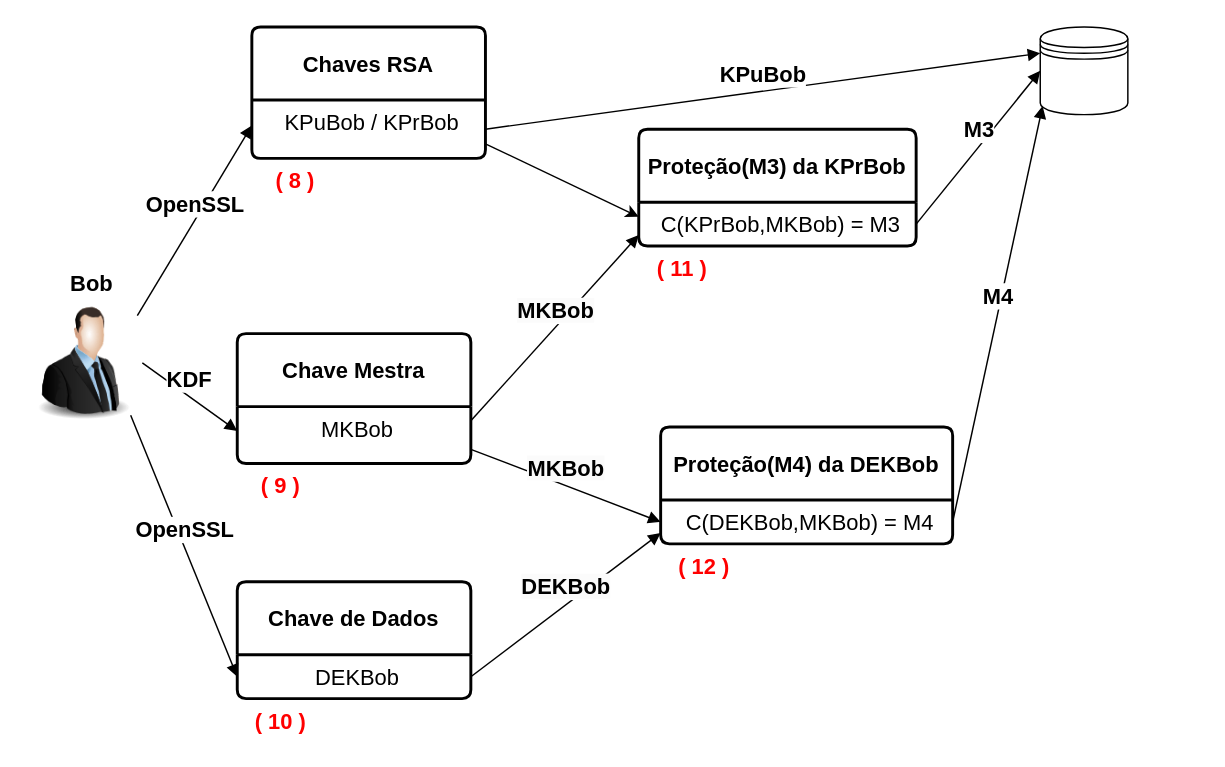
abreuferr/criptografia keeps this draw.io diagram as custodia/img/chave_bob.drawio. Above is the earlier version. Source tidied: cells renumbered, new cells numbered last; positions are measured from the earlier drawing's top-left corner, leaving out a move shared by most shapes. Both pictures are drawn from the tidied source at 146%, with x=0, y=0 at pixel (25, 26).
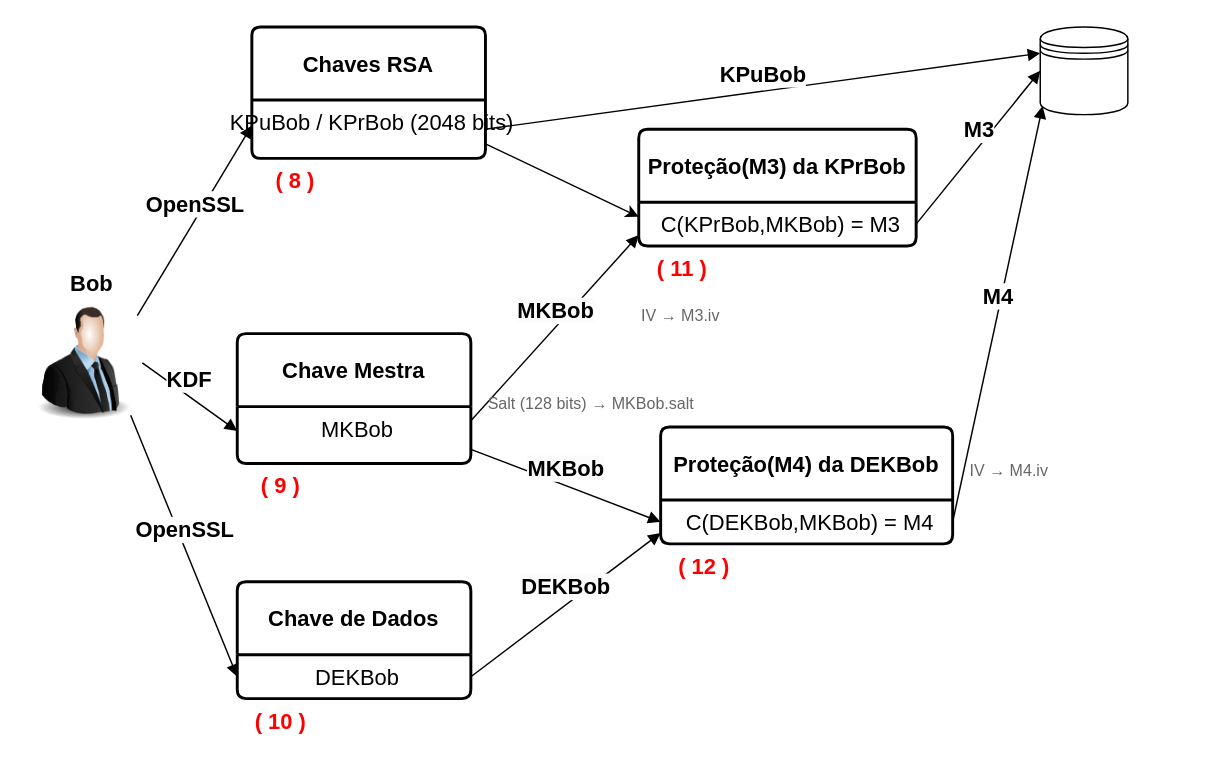
The same diagram, later.

Commit message (it also covers changes not shown here):
Padroniza RSA 2048 bits e completa diagramas de custódia de Alice/Bob

Unchanged cells that the change refers to:
```xml
<mxCell id="4" value="&lt;b&gt;&lt;font style=&quot;font-size: 15px;&quot;&gt;Chaves RSA&lt;/font&gt;&lt;/b&gt;" style="swimlane;horizontal=1;startSize=50;rounded=1;fontSize=14;fontStyle=0;strokeWidth=2;shadow=0;dashed=0;align=center;arcSize=4;whiteSpace=wrap;html=1;" parent="1" vertex="1">
  <mxGeometry x="155" width="160" height="90" as="geometry" />
</mxCell>
```

What changed in the source:
```diff
@@
-    <mxCell id="5" value="&lt;font style=&quot;font-size: 15px;&quot;&gt;KPuBob /&amp;nbsp;KPrBob&lt;/font&gt;" style="align=center;strokeColor=none;fillColor=none;spacingLeft=4;fontSize=12;verticalAlign=top;html=1;" parent="4" vertex="1">
+    <mxCell id="5" value="&lt;font style=&quot;font-size: 15px;&quot;&gt;KPuBob /&amp;nbsp;KPrBob (2048 bits)&lt;/font&gt;" style="align=center;strokeColor=none;fillColor=none;spacingLeft=4;fontSize=12;verticalAlign=top;html=1;" parent="4" vertex="1">
       <mxGeometry y="50" width="160" height="40" as="geometry" />
     </mxCell>
@@
+    <mxCell id="30" value="&lt;font style=&quot;font-size: 11px;&quot; color=&quot;#666666&quot;&gt;Salt (128 bits) &amp;#8594; MKBob.salt&lt;/font&gt;" style="text;html=1;align=left;verticalAlign=middle;whiteSpace=wrap;rounded=0;strokeColor=none;fillColor=none;" parent="1" vertex="1">
+      <mxGeometry x="315" y="235" width="150" height="45" as="geometry" />
+    </mxCell>
+    <mxCell id="31" value="&lt;font style=&quot;font-size: 11px;&quot; color=&quot;#666666&quot;&gt;IV &amp;#8594; M3.iv&lt;/font&gt;" style="text;html=1;align=left;verticalAlign=middle;whiteSpace=wrap;rounded=0;strokeColor=none;fillColor=none;" parent="1" vertex="1">
+      <mxGeometry x="420" y="183" width="190" height="30" as="geometry" />
+    </mxCell>
+    <mxCell id="32" value="&lt;font style=&quot;font-size: 11px;&quot; color=&quot;#666666&quot;&gt;IV &amp;#8594; M4.iv&lt;/font&gt;" style="text;html=1;align=left;verticalAlign=middle;whiteSpace=wrap;rounded=0;strokeColor=none;fillColor=none;" parent="1" vertex="1">
+      <mxGeometry x="645" y="284" width="160" height="40" as="geometry" />
+    </mxCell>
```
